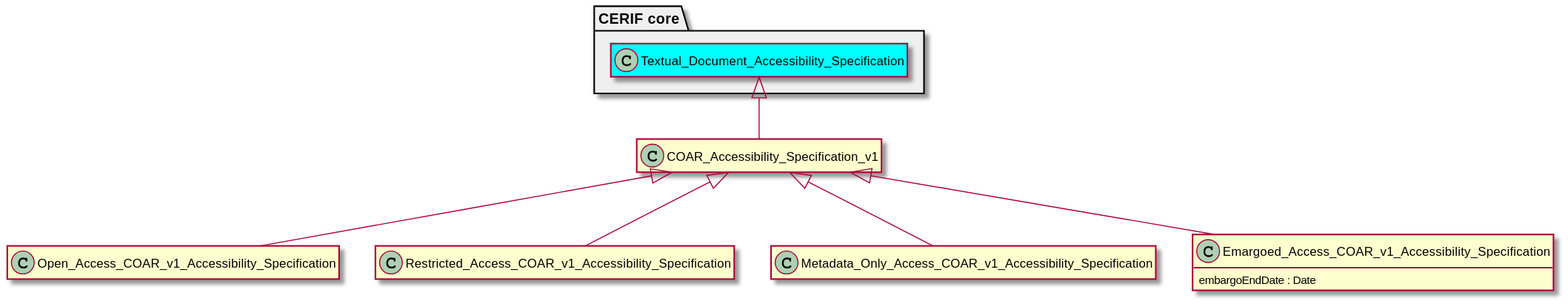
Earlier version of the PlantUML export diagrams/coarAccessibilitySpecification.svg (EuroCRIS/CERIF-ScholarlyPublicationsModule).
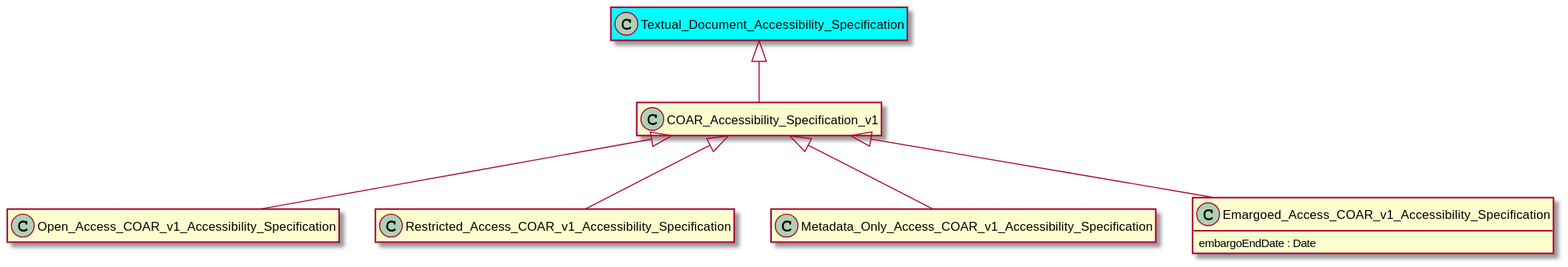
Later version of the same file.

Commit message:
colors at diagrams (core and module distinction)

Diff of the diagram source:
```diff
@@ -2,9 +2,9 @@
 
 !includesub core.puml!common
 
-package "CERIF core" #EFEFEF{
+
     !includesub core.puml!TDAS
-}
+
 
 !includesub ./module.puml!Coar
 
```
